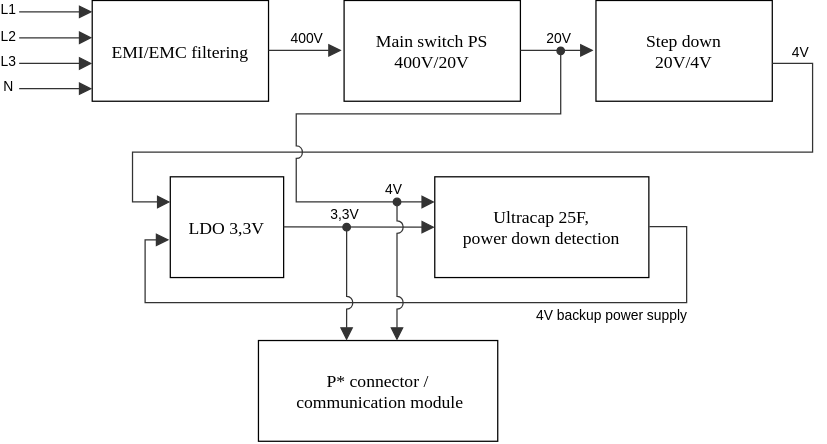
harka069/mag keeps this draw.io diagram as Slike/blok_shema napajanje.svg. Above is the earlier version. Source tidied: cells renumbered, new cells last; positions are measured from the earlier drawing's top-left corner, leaving out a move shared by most shapes.
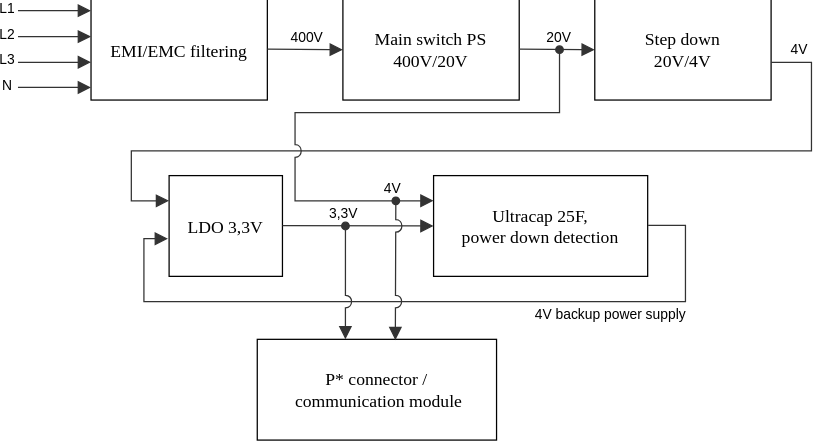
The same diagram one commit later.

What changed in the source:
```diff
@@ -16,10 +16,9 @@
         <mxPoint x="-46" y="-3" as="offset" />
       </mxGeometry>
     </mxCell>
-    <mxCell id="5" style="curved=1;startArrow=none;endArrow=block;endSize=8;endFill=1;strokeColor=light-dark(#333333,#cccccc);rounded=0;bezier=0;orthogonal=1;exitX=0.596;exitY=0.004;exitDx=0;exitDy=0;exitPerimeter=0;fontFamily=Latin Modern;convertToSvg=1;fontSize=14;html=1;" parent="1" edge="1">
+    <mxCell id="5" style="curved=1;startArrow=none;endArrow=block;endSize=8;endFill=1;strokeColor=light-dark(#333333,#cccccc);rounded=0;bezier=0;orthogonal=1;exitX=0.596;exitY=0.004;exitDx=0;exitDy=0;exitPerimeter=0;fontFamily=Latin Modern;convertToSvg=1;fontSize=14;html=1;entryX=0;entryY=0.5;entryDx=0;entryDy=0;" parent="1" edge="1" target="7">
       <mxGeometry relative="1" as="geometry">
         <mxPoint x="198" y="39.6" as="sourcePoint" />
-        <mxPoint x="256" y="39.6" as="targetPoint" />
       </mxGeometry>
     </mxCell>
     <mxCell id="6" value="400V" style="edgeLabel;html=1;align=center;verticalAlign=middle;" parent="5" vertex="1">
@@ -30,10 +29,9 @@
     <mxCell id="7" value="&lt;div&gt;Main switch PS&lt;/div&gt;&lt;div&gt;400V/20V&lt;/div&gt;" style="strokeWidth=1;fontFamily=Latin Modern;fontSize=14;convertToSvg=1;html=1;" parent="1" vertex="1">
       <mxGeometry x="258" width="140" height="80" as="geometry" />
     </mxCell>
-    <mxCell id="8" style="curved=1;startArrow=none;endArrow=block;endSize=8;endFill=1;strokeColor=light-dark(#333333,#cccccc);rounded=0;bezier=0;orthogonal=1;exitX=0.596;exitY=0.004;exitDx=0;exitDy=0;exitPerimeter=0;fontFamily=Latin Modern;convertToSvg=1;fontSize=14;html=1;" parent="1" edge="1">
+    <mxCell id="8" style="curved=1;startArrow=none;endArrow=block;endSize=8;endFill=1;strokeColor=light-dark(#333333,#cccccc);rounded=0;bezier=0;orthogonal=1;exitX=0.596;exitY=0.004;exitDx=0;exitDy=0;exitPerimeter=0;fontFamily=Latin Modern;convertToSvg=1;fontSize=14;html=1;entryX=0;entryY=0.5;entryDx=0;entryDy=0;" parent="1" edge="1" target="16">
       <mxGeometry relative="1" as="geometry">
         <mxPoint x="398" y="39.6" as="sourcePoint" />
-        <mxPoint x="456" y="39.6" as="targetPoint" />
       </mxGeometry>
     </mxCell>
     <mxCell id="9" value="20V" style="edgeLabel;html=1;align=center;verticalAlign=middle;" parent="8" vertex="1">
@@ -143,10 +141,9 @@
         <mxPoint x="-33" y="20" as="offset" />
       </mxGeometry>
     </mxCell>
-    <mxCell id="28" style="startArrow=oval;endArrow=block;endSize=8;endFill=1;strokeColor=light-dark(#333333,#cccccc);rounded=0;bezier=0;orthogonal=1;fontFamily=Latin Modern;convertToSvg=1;fontSize=14;html=1;entryX=0.357;entryY=0;entryDx=0;entryDy=0;entryPerimeter=0;jumpStyle=arc;jumpSize=10;startFill=1;edgeStyle=orthogonalEdgeStyle;" parent="1" edge="1">
+    <mxCell id="28" style="startArrow=oval;endArrow=block;endSize=8;endFill=1;strokeColor=light-dark(#333333,#cccccc);rounded=0;bezier=0;orthogonal=1;fontFamily=Latin Modern;convertToSvg=1;fontSize=14;html=1;entryX=0.577;entryY=0.008;entryDx=0;entryDy=0;entryPerimeter=0;jumpStyle=arc;jumpSize=10;startFill=1;" parent="1" edge="1" target="26">
       <mxGeometry relative="1" as="geometry">
         <mxPoint x="300" y="160" as="sourcePoint" />
-        <mxPoint x="300" y="270" as="targetPoint" />
       </mxGeometry>
     </mxCell>
     <mxCell id="29" style="startArrow=oval;endArrow=block;endSize=8;endFill=1;strokeColor=light-dark(#333333,#cccccc);rounded=0;bezier=0;orthogonal=1;fontFamily=Latin Modern;convertToSvg=1;fontSize=14;html=1;jumpStyle=arc;jumpSize=10;startFill=1;edgeStyle=orthogonalEdgeStyle;" parent="1" edge="1">
```
